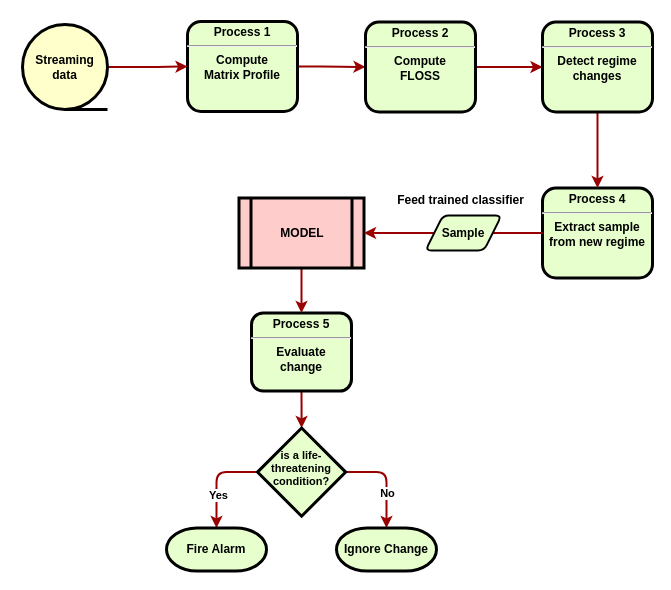
Before: page "False Alarm" (1 of 6) of flowcharts/false.alarm-workflow.drawio in franzbischoff/false.alarm, a draw.io diagram. Source tidied: cells renumbered, new cells numbered last; positions are measured from the earlier drawing's top-left corner, leaving out a move shared by most shapes. Both pictures are drawn from the tidied source at 100%, with x=0, y=0 at pixel (22, 21).
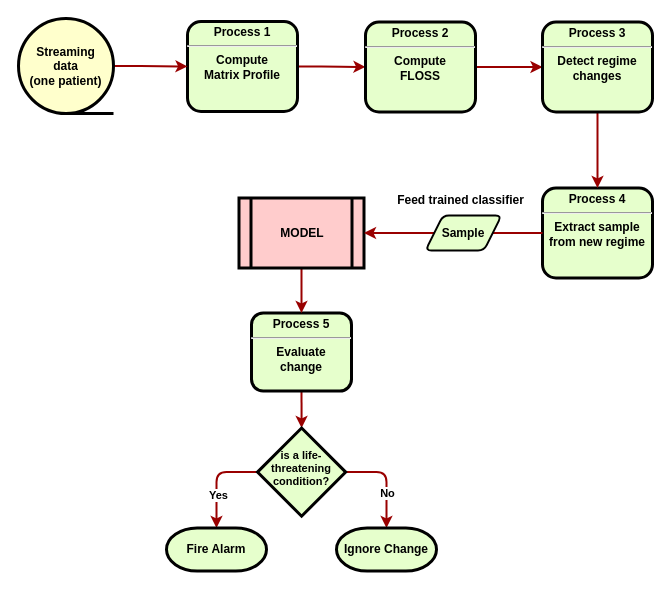
After the change.

Change to the diagram source:
```diff
@@
-    <mxCell id="20" value="Streaming&lt;br&gt;data" style="strokeWidth=3;html=1;shape=mxgraph.flowchart.sequential_data;whiteSpace=wrap;fillColor=#FFFFCC;align=center;verticalAlign=middle;fontStyle=1;" parent="1" vertex="1">
-      <mxGeometry y="3" width="85" height="85" as="geometry" />
+    <mxCell id="20" value="Streaming&lt;br&gt;data &lt;br&gt;(one patient)" style="strokeWidth=3;html=1;shape=mxgraph.flowchart.sequential_data;whiteSpace=wrap;fillColor=#FFFFCC;align=center;verticalAlign=middle;fontStyle=1;" parent="1" vertex="1">
+      <mxGeometry x="-4" y="-3" width="95" height="95" as="geometry" />
     </mxCell>
```
